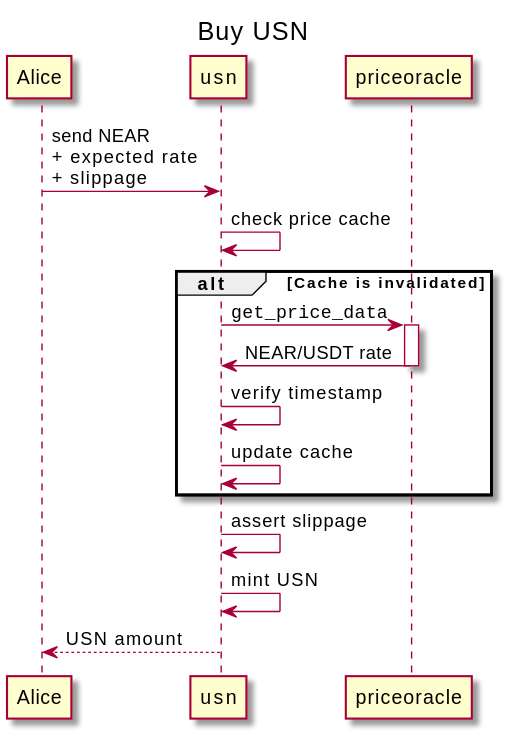
This is images/buy.svg from fdoperezi/usn, a PlantUML export, as it was before one commit.
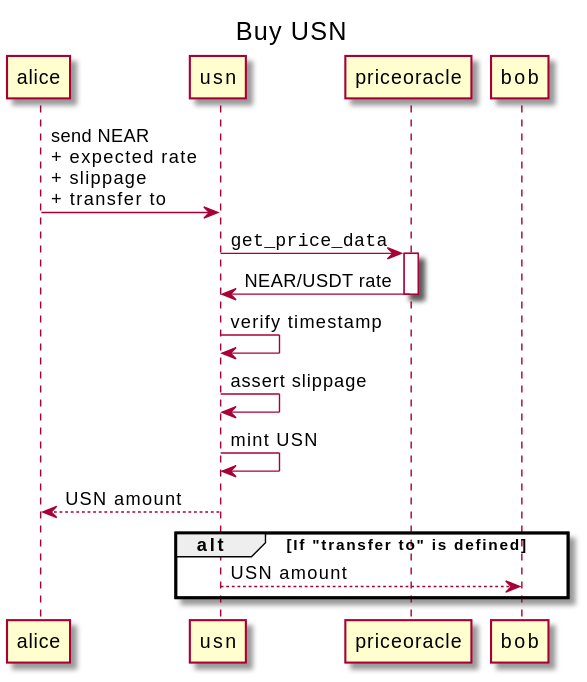
After the commit.

Commit message:
Refresh documentation: no cache, auto-registration

Change to the diagram source:
```diff
@@ -2,20 +2,19 @@
 
 title Buy USN
 
-Alice -> usn: send NEAR\n+ expected rate\n+ slippage
-usn -> usn: check price cache
+alice -> usn: send NEAR\n+ expected rate\n+ slippage\n+ transfer to
 
-alt Cache is invalidated
 usn -> priceoracle: ""get_price_data""
 activate priceoracle
 usn <- priceoracle: NEAR/USDT rate
 deactivate priceoracle
 usn -> usn: verify timestamp
-usn -> usn: update cache
-end
 
 usn -> usn: assert slippage
 usn -> usn: mint USN
 
-Alice <-- usn: USN amount
+alice <-- usn: USN amount
+alt If "transfer to" is defined
+bob <-- usn: USN amount
+end
 @enduml
```
